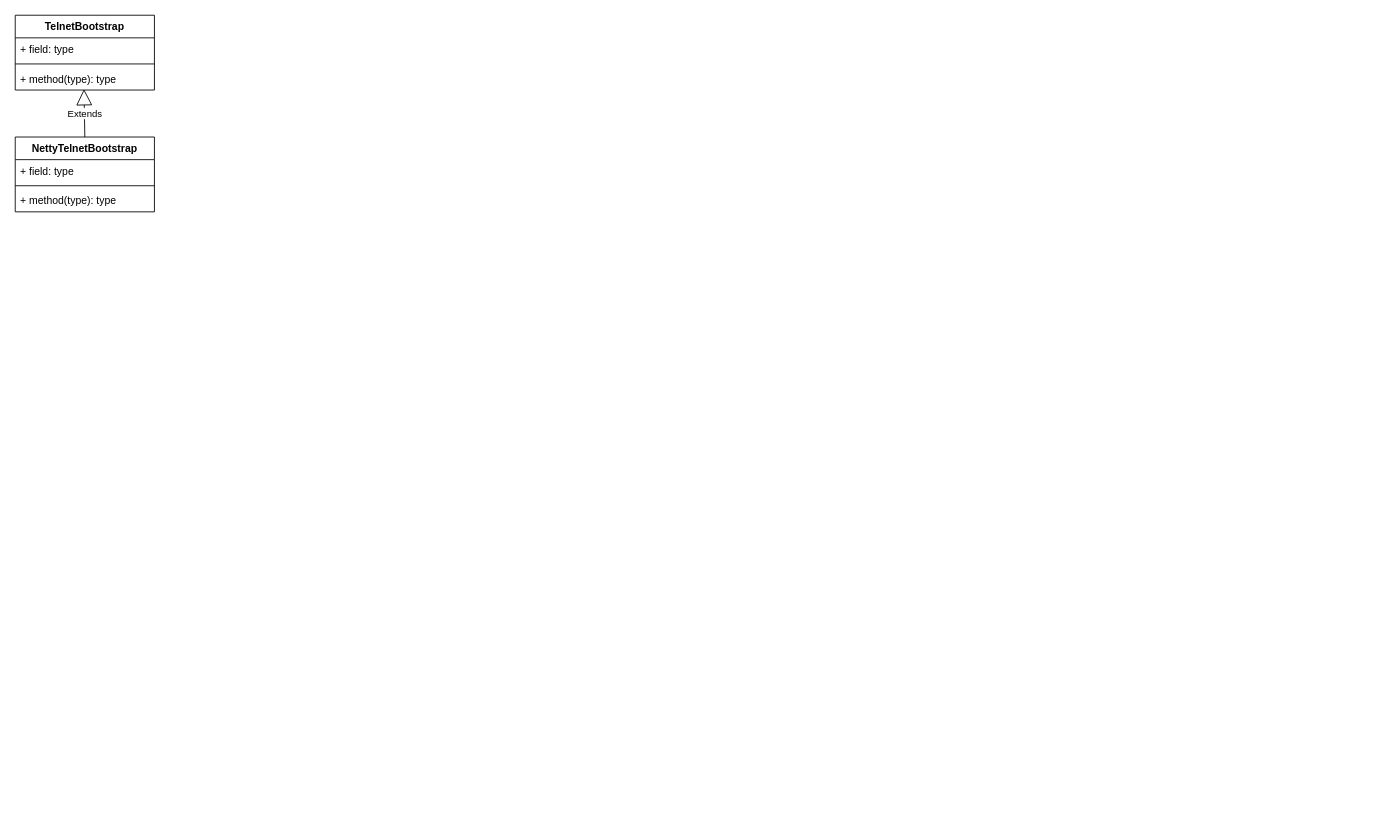
This is termd.drawio from tadsimons/draw, a draw.io file, before an edit. Source tidied: cells renumbered, new cells numbered last; positions are measured from the earlier drawing's top-left corner, leaving out a move shared by most shapes. Both pictures are drawn from the tidied source at 87%, with x=0, y=0 at pixel (15, 15).
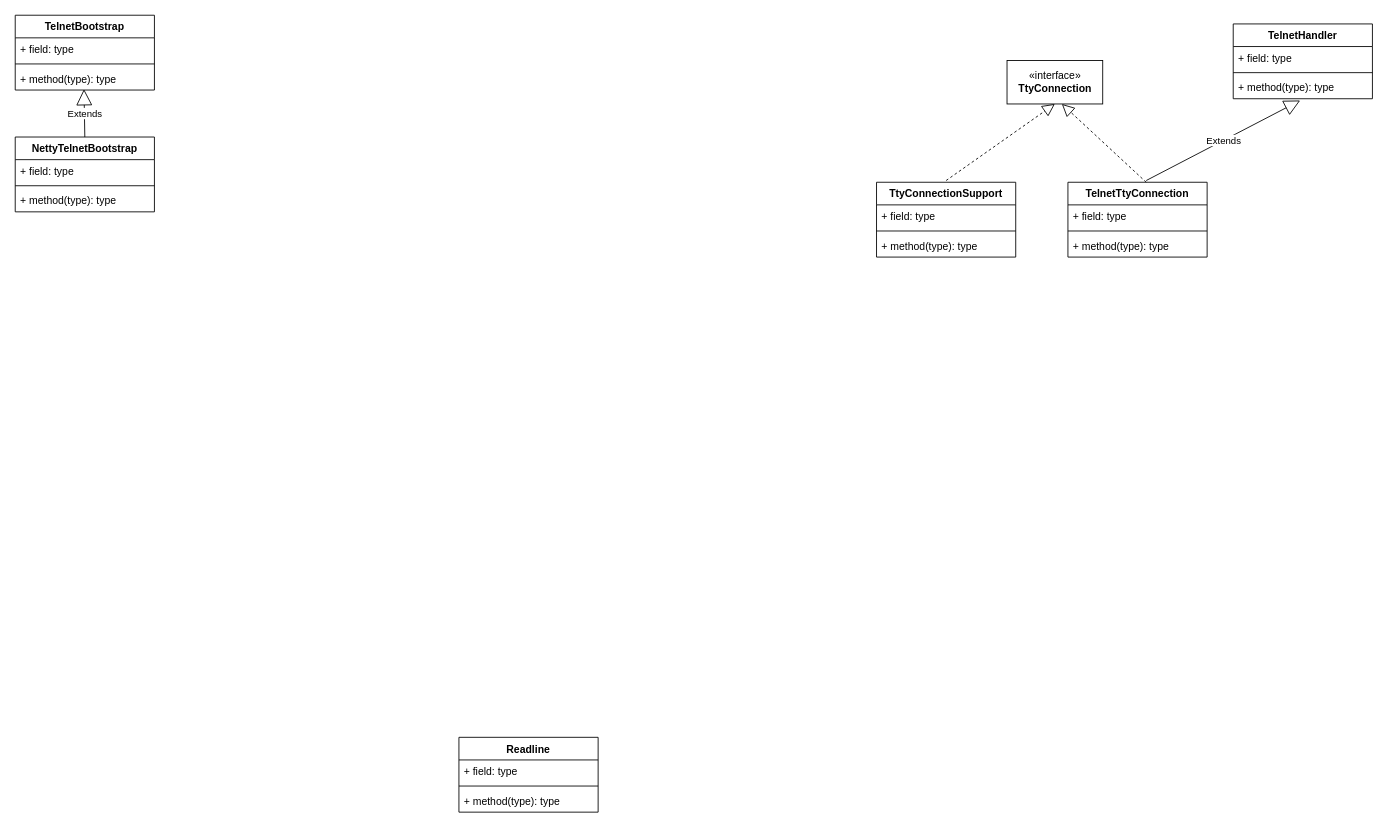
The same page after the edit.

What changed in the source:
```diff
@@
+    <mxCell id="11" value="«interface»&lt;br&gt;&lt;b&gt;TtyConnection&lt;/b&gt;" style="html=1;" parent="1" vertex="1">
+      <mxGeometry x="1140" y="52" width="110" height="50" as="geometry" />
+    </mxCell>
+    <mxCell id="12" value="TtyConnectionSupport" style="swimlane;fontStyle=1;align=center;verticalAlign=top;horizontal=1;startSize=26;" parent="1" vertex="1">
+      <mxGeometry x="990" y="192" width="160" height="86" as="geometry" />
+    </mxCell>
+    <mxCell id="13" value="+ field: type" style="text;strokeColor=none;fillColor=none;align=left;verticalAlign=top;spacingLeft=4;spacingRight=4;overflow=hidden;" parent="12" vertex="1">
+      <mxGeometry y="26" width="160" height="26" as="geometry" />
+    </mxCell>
+    <mxCell id="14" style="line;strokeWidth=1;fillColor=none;align=left;verticalAlign=middle;spacingTop=-1;spacingLeft=3;spacingRight=3;labelPosition=right;" parent="12" vertex="1">
+      <mxGeometry y="52" width="160" height="8" as="geometry" />
+    </mxCell>
+    <mxCell id="15" value="+ method(type): type" style="text;strokeColor=none;fillColor=none;align=left;verticalAlign=top;spacingLeft=4;spacingRight=4;overflow=hidden;" parent="12" vertex="1">
+      <mxGeometry y="60" width="160" height="26" as="geometry" />
+    </mxCell>
+    <mxCell id="16" style="endArrow=block;dashed=1;endFill=0;endSize=12;html=1;entryX=0.5;entryY=1;entryDx=0;entryDy=0;" parent="12" edge="1" target="11">
+      <mxGeometry relative="1" as="geometry">
+        <mxPoint x="80" y="-2" as="sourcePoint" />
+      </mxGeometry>
+    </mxCell>
+    <mxCell id="17" value="TelnetTtyConnection" style="swimlane;fontStyle=1;align=center;verticalAlign=top;horizontal=1;startSize=26;" parent="1" vertex="1">
+      <mxGeometry x="1210" y="192" width="160" height="86" as="geometry" />
+    </mxCell>
+    <mxCell id="18" style="endArrow=block;dashed=1;endFill=0;endSize=12;html=1;entryX=0.573;entryY=1;entryDx=0;entryDy=0;entryPerimeter=0;" parent="17" edge="1" target="11">
+      <mxGeometry relative="1" as="geometry">
+        <mxPoint x="90" as="sourcePoint" />
+      </mxGeometry>
+    </mxCell>
+    <mxCell id="19" value="+ field: type" style="text;strokeColor=none;fillColor=none;align=left;verticalAlign=top;spacingLeft=4;spacingRight=4;overflow=hidden;" parent="17" vertex="1">
+      <mxGeometry y="26" width="160" height="26" as="geometry" />
+    </mxCell>
+    <mxCell id="20" style="line;strokeWidth=1;fillColor=none;align=left;verticalAlign=middle;spacingTop=-1;spacingLeft=3;spacingRight=3;labelPosition=right;" parent="17" vertex="1">
+      <mxGeometry y="52" width="160" height="8" as="geometry" />
+    </mxCell>
+    <mxCell id="21" value="+ method(type): type" style="text;strokeColor=none;fillColor=none;align=left;verticalAlign=top;spacingLeft=4;spacingRight=4;overflow=hidden;" parent="17" vertex="1">
+      <mxGeometry y="60" width="160" height="26" as="geometry" />
+    </mxCell>
+    <mxCell id="22" value="Extends" style="endArrow=block;endSize=16;endFill=0;html=1;entryX=0.481;entryY=1.077;entryDx=0;entryDy=0;entryPerimeter=0;" parent="17" edge="1" target="26">
+      <mxGeometry relative="1" as="geometry">
+        <mxPoint x="90" y="-2" as="sourcePoint" />
+      </mxGeometry>
+    </mxCell>
+    <mxCell id="23" value="TelnetHandler" style="swimlane;fontStyle=1;align=center;verticalAlign=top;horizontal=1;startSize=26;" parent="1" vertex="1">
+      <mxGeometry x="1400" y="10" width="160" height="86" as="geometry" />
+    </mxCell>
+    <mxCell id="24" value="+ field: type" style="text;strokeColor=none;fillColor=none;align=left;verticalAlign=top;spacingLeft=4;spacingRight=4;overflow=hidden;" parent="23" vertex="1">
+      <mxGeometry y="26" width="160" height="26" as="geometry" />
+    </mxCell>
+    <mxCell id="25" style="line;strokeWidth=1;fillColor=none;align=left;verticalAlign=middle;spacingTop=-1;spacingLeft=3;spacingRight=3;labelPosition=right;" parent="23" vertex="1">
+      <mxGeometry y="52" width="160" height="8" as="geometry" />
+    </mxCell>
+    <mxCell id="26" value="+ method(type): type" style="text;strokeColor=none;fillColor=none;align=left;verticalAlign=top;spacingLeft=4;spacingRight=4;overflow=hidden;points=[[0,0.5],[1,0.5]];portConstraint=eastwest;" parent="23" vertex="1">
+      <mxGeometry y="60" width="160" height="26" as="geometry" />
+    </mxCell>
+    <mxCell id="27" value="Readline" style="swimlane;fontStyle=1;align=center;verticalAlign=top;horizontal=1;startSize=26;" parent="1" vertex="1">
+      <mxGeometry x="510" y="830" width="160" height="86" as="geometry" />
+    </mxCell>
+    <mxCell id="28" value="+ field: type" style="text;strokeColor=none;fillColor=none;align=left;verticalAlign=top;spacingLeft=4;spacingRight=4;overflow=hidden;" parent="27" vertex="1">
+      <mxGeometry y="26" width="160" height="26" as="geometry" />
+    </mxCell>
+    <mxCell id="29" style="line;strokeWidth=1;fillColor=none;align=left;verticalAlign=middle;spacingTop=-1;spacingLeft=3;spacingRight=3;labelPosition=right;" parent="27" vertex="1">
+      <mxGeometry y="52" width="160" height="8" as="geometry" />
+    </mxCell>
+    <mxCell id="30" value="+ method(type): type" style="text;strokeColor=none;fillColor=none;align=left;verticalAlign=top;spacingLeft=4;spacingRight=4;overflow=hidden;" parent="27" vertex="1">
+      <mxGeometry y="60" width="160" height="26" as="geometry" />
+    </mxCell>
```
